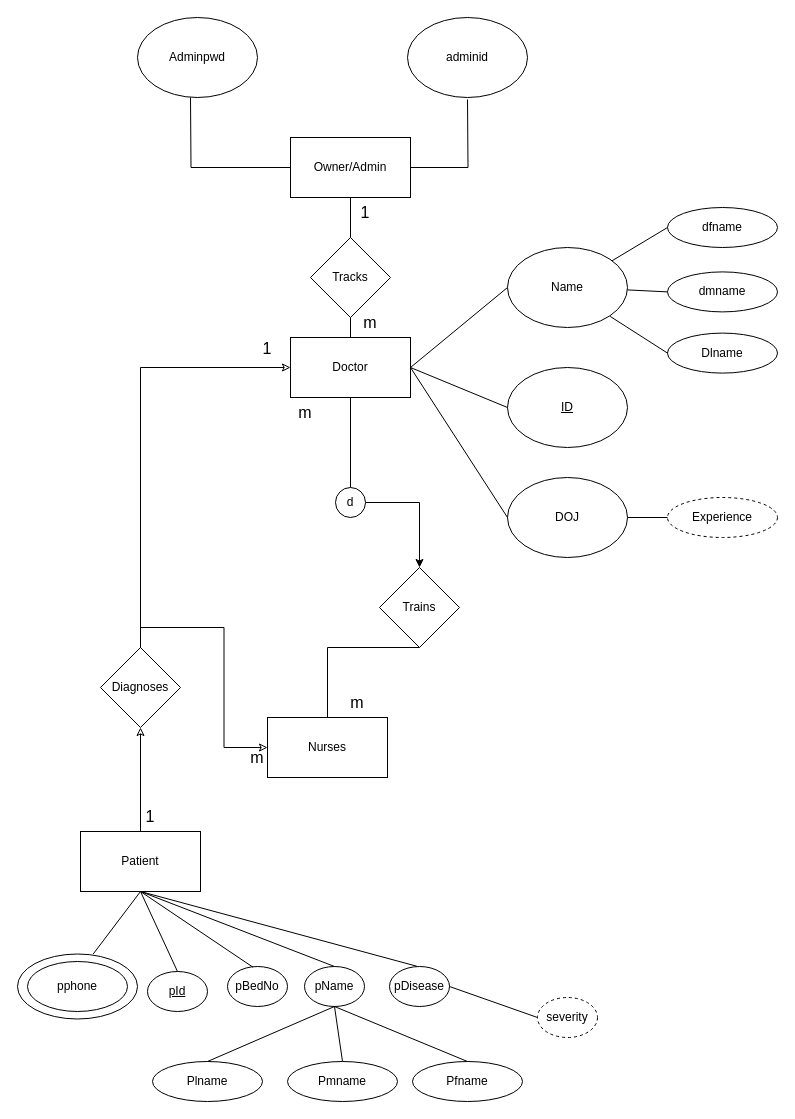
Above: EER-01.drawio in AdityaLawate/CP-C-31 (draw.io), before the change. Source tidied: cells renumbered, new cells numbered last; positions are measured from the earlier drawing's top-left corner, leaving out a move shared by most shapes. Both pictures are drawn from the tidied source at 100%, with x=0, y=0 at pixel (17, 17).
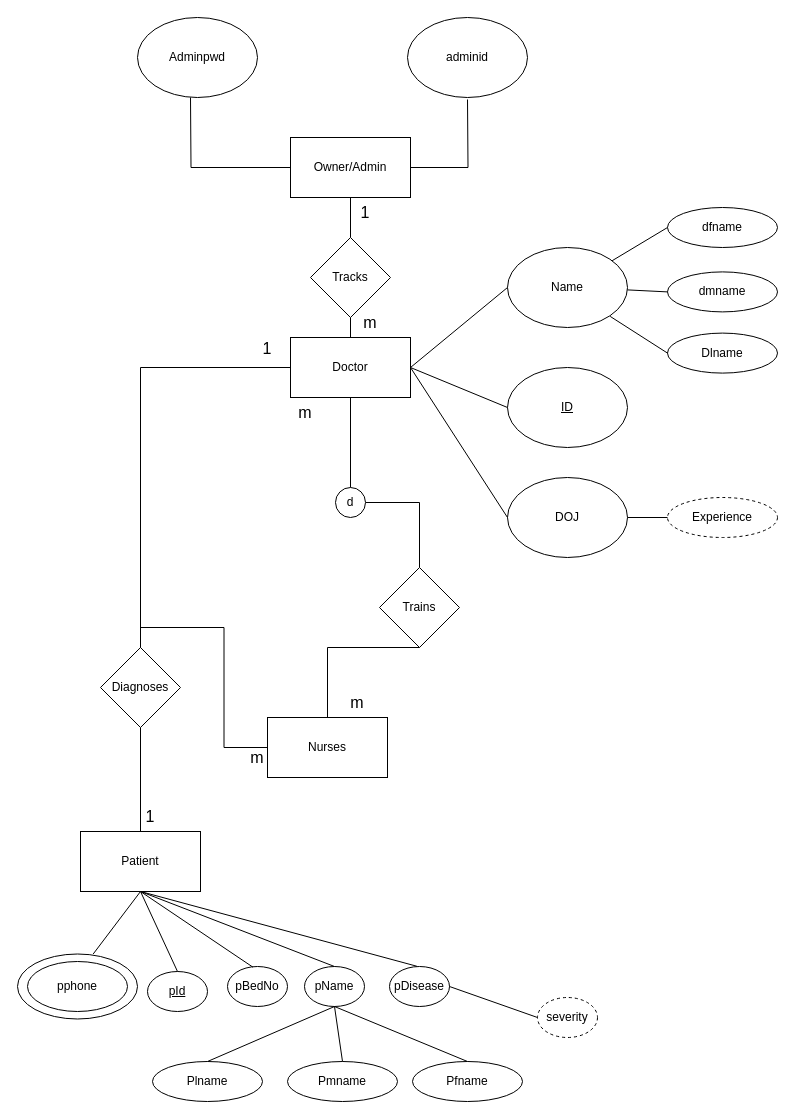
After the change.

Unchanged cells that the change refers to:
```xml
<mxCell id="2" value="Trains" style="rhombus;whiteSpace=wrap;html=1;fillOpacity=0;" parent="1" vertex="1">
  <mxGeometry x="362" y="550" width="80" height="80" as="geometry" />
</mxCell>
<mxCell id="11" value="Doctor" style="rounded=0;whiteSpace=wrap;html=1;fillOpacity=0;" parent="1" vertex="1">
  <mxGeometry x="273" y="320" width="120" height="60" as="geometry" />
</mxCell>
<mxCell id="28" value="Nurses" style="rounded=0;whiteSpace=wrap;html=1;fillOpacity=0;" parent="1" vertex="1">
  <mxGeometry x="250" y="700" width="120" height="60" as="geometry" />
</mxCell>
<mxCell id="30" value="Diagnoses" style="rhombus;whiteSpace=wrap;html=1;fillOpacity=0;" parent="1" vertex="1">
  <mxGeometry x="83" y="630" width="80" height="80" as="geometry" />
</mxCell>
<mxCell id="32" value="Patient" style="rounded=0;whiteSpace=wrap;html=1;fillOpacity=0;" parent="1" vertex="1">
  <mxGeometry x="63" y="814" width="120" height="60" as="geometry" />
</mxCell>
<mxCell id="61" value="d" style="ellipse;whiteSpace=wrap;html=1;" parent="1" vertex="1">
  <mxGeometry x="318" y="470" width="30" height="30" as="geometry" />
</mxCell>
```

Change to the diagram source:
```diff
@@
-    <mxCell id="27" style="edgeStyle=orthogonalEdgeStyle;rounded=0;jettySize=auto;html=1;exitX=0;exitY=0.5;exitDx=0;exitDy=0;entryX=0.5;entryY=0;entryDx=0;entryDy=0;fillOpacity=0;endArrow=none;endFill=0;startArrow=classic;startFill=1;" parent="1" edge="1" source="28" target="30">
+    <mxCell id="27" style="edgeStyle=orthogonalEdgeStyle;rounded=0;jettySize=auto;html=1;exitX=0;exitY=0.5;exitDx=0;exitDy=0;entryX=0.5;entryY=0;entryDx=0;entryDy=0;fillOpacity=0;endArrow=none;endFill=0;startArrow=none;startFill=0;" parent="1" edge="1" source="28" target="30">
       <mxGeometry relative="1" as="geometry" />
     </mxCell>
@@
-    <mxCell id="31" style="endArrow=classic;html=1;rounded=0;entryX=0.5;entryY=1;entryDx=0;entryDy=0;fillOpacity=0;exitX=0.5;exitY=0;exitDx=0;exitDy=0;endFill=1;" parent="1" edge="1" source="32" target="30">
+    <mxCell id="31" style="endArrow=none;html=1;rounded=0;entryX=0.5;entryY=1;entryDx=0;entryDy=0;fillOpacity=0;exitX=0.5;exitY=0;exitDx=0;exitDy=0;endFill=0;startArrow=none;startFill=0;" parent="1" edge="1" source="32" target="30">
       <mxGeometry relative="1" as="geometry" />
     </mxCell>
@@
-    <mxCell id="59" style="edgeStyle=orthogonalEdgeStyle;rounded=0;jettySize=auto;html=1;fillOpacity=0;endArrow=none;endFill=0;exitX=0;exitY=0.5;exitDx=0;exitDy=0;entryX=0.5;entryY=0;entryDx=0;entryDy=0;startArrow=classic;startFill=1;" parent="1" edge="1" source="11" target="30">
+    <mxCell id="59" style="edgeStyle=orthogonalEdgeStyle;rounded=0;jettySize=auto;html=1;fillOpacity=0;endArrow=none;endFill=0;exitX=0;exitY=0.5;exitDx=0;exitDy=0;entryX=0.5;entryY=0;entryDx=0;entryDy=0;startArrow=none;startFill=0;" parent="1" edge="1" source="11" target="30">
       <mxGeometry relative="1" as="geometry" />
     </mxCell>
-    <mxCell id="60" style="edgeStyle=orthogonalEdgeStyle;rounded=0;jettySize=auto;html=1;exitX=1;exitY=0.5;exitDx=0;exitDy=0;entryX=0.5;entryY=0;entryDx=0;entryDy=0;" parent="1" edge="1" source="61" target="2">
+    <mxCell id="60" style="edgeStyle=orthogonalEdgeStyle;rounded=0;jettySize=auto;html=1;exitX=1;exitY=0.5;exitDx=0;exitDy=0;entryX=0.5;entryY=0;entryDx=0;entryDy=0;endArrow=none;endFill=0;" parent="1" edge="1" source="61" target="2">
       <mxGeometry relative="1" as="geometry" />
     </mxCell>
```
